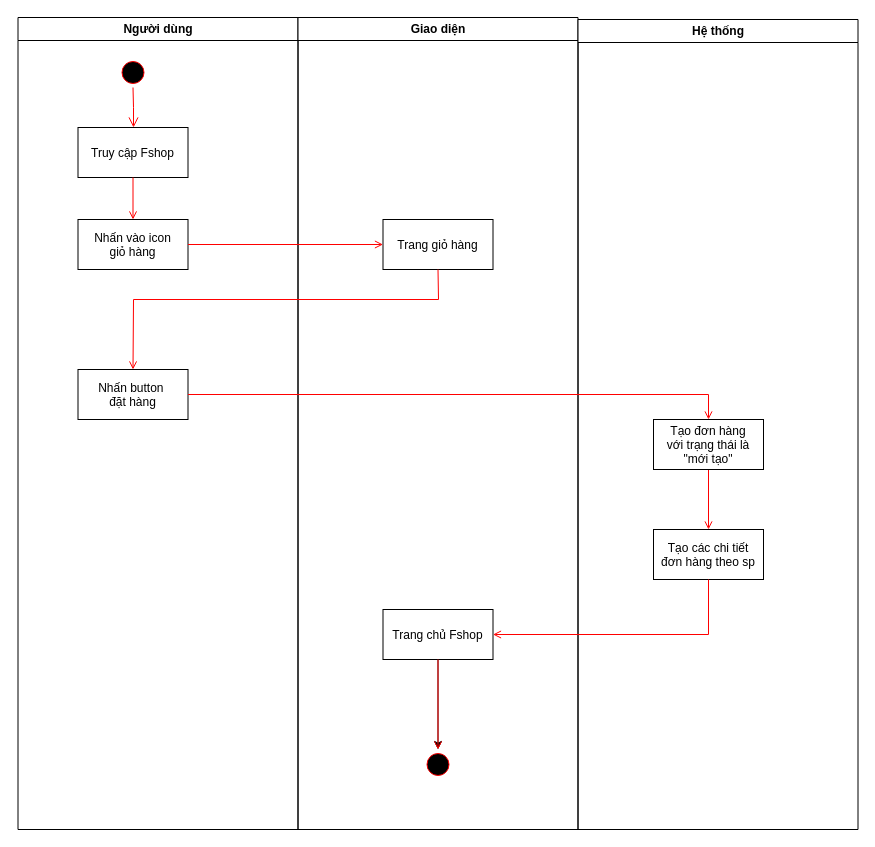
Above: ActivityOrder.drawio in NguyenQuocAn99/MyDiagram (draw.io), before the change. Source tidied: cells renumbered, new cells numbered last; positions are measured from the earlier drawing's top-left corner, leaving out a move shared by most shapes. Both pictures are drawn from the tidied source at 100%, with x=0, y=0 at pixel (17, 17).
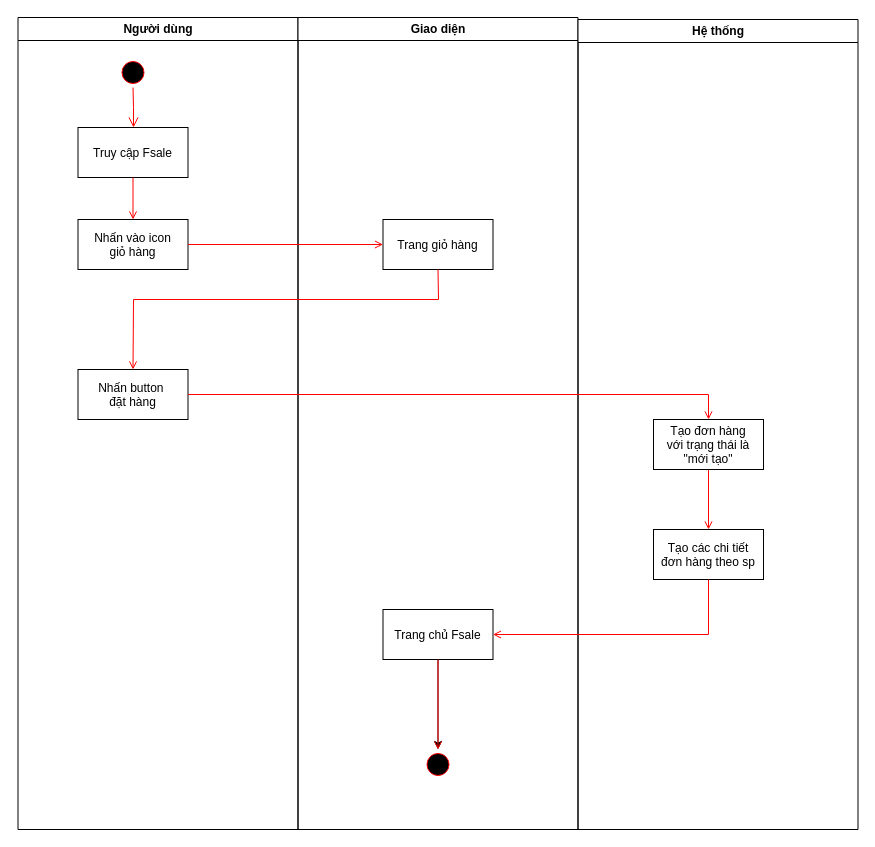
After the change.

Unchanged cells that the change refers to:
```xml
<mxCell id="2" value="Người dùng" style="swimlane;whiteSpace=wrap;" parent="1" vertex="1">
  <mxGeometry x="0.5" width="280" height="812" as="geometry" />
</mxCell>
<mxCell id="9" value="Giao diện" style="swimlane;whiteSpace=wrap;" parent="1" vertex="1">
  <mxGeometry x="280.5" width="280" height="812" as="geometry" />
</mxCell>
```

What changed in the source:
```diff
@@
-    <mxCell id="5" value="Truy cập Fshop" parent="2" vertex="1">
+    <mxCell id="5" value="Truy cập Fsale" parent="2" vertex="1">
       <mxGeometry x="60" y="110" width="110" height="50" as="geometry" />
     </mxCell>
@@
-    <mxCell id="11" value="Trang chủ Fshop" parent="9" vertex="1">
+    <mxCell id="11" value="Trang chủ Fsale" parent="9" vertex="1">
       <mxGeometry x="85" y="592" width="110" height="50" as="geometry" />
     </mxCell>
```
